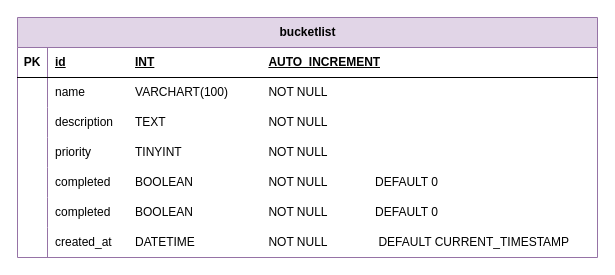
Above: diagrams/er.drawio in dannigiovanella/php-lab-2 (draw.io), before the change. Source tidied: cells renumbered, new cells numbered last; positions are measured from the earlier drawing's top-left corner, leaving out a move shared by most shapes. Both pictures are drawn from the tidied source at 100%, with x=0, y=0 at pixel (17, 17).
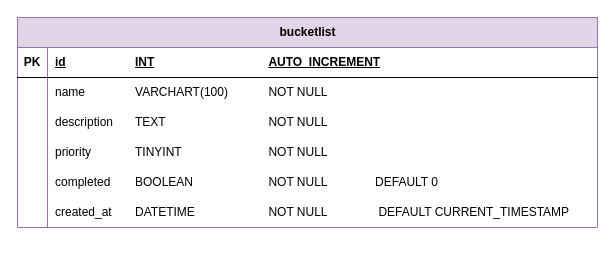
The same diagram, later.

Commit message (it also covers changes not shown here):
Skapat UML-diagram och klassfiler för Bucketlist och databasanslutning

Diff of the diagram source:
```diff
@@
     <mxCell id="2" value="bucketlist" style="shape=table;startSize=30;childLayout=tableLayout;rowLines=0;fontStyle=1;align=center;html=1;fillColor=#e1d5e7;strokeColor=#9673a6;" parent="1" vertex="1">
-      <mxGeometry width="580" height="240" as="geometry" />
+      <mxGeometry width="580" height="210" as="geometry" />
     </mxCell>
@@
-    <mxCell id="18" style="shape=tableRow;horizontal=0;startSize=0;swimlaneHead=0;swimlaneBody=0;fillColor=none;top=0;left=0;right=0;bottom=0;" parent="2" vertex="1">
-      <mxGeometry y="180" width="580" height="30" as="geometry" />
-    </mxCell>
-    <mxCell id="19" style="shape=partialRectangle;fillColor=none;top=0;left=0;bottom=0;right=0;overflow=hidden;whiteSpace=wrap;html=1;" parent="18" vertex="1">
-      <mxGeometry width="30" height="30" as="geometry" />
-    </mxCell>
-    <mxCell id="20" value="completed&lt;span style=&quot;white-space: pre;&quot;&gt;&#9;&lt;/span&gt;BOOLEAN&lt;span style=&quot;white-space: pre;&quot;&gt;&#9;&lt;/span&gt;&lt;span style=&quot;white-space: pre;&quot;&gt;&#9;&lt;/span&gt;&lt;span style=&quot;white-space: pre;&quot;&gt;&#9;&lt;/span&gt;NOT NULL&amp;nbsp;&lt;span style=&quot;white-space: pre;&quot;&gt;&#9;&lt;/span&gt;&lt;span style=&quot;white-space: pre;&quot;&gt;&#9;&lt;/span&gt;DEFAULT 0" style="shape=partialRectangle;fillColor=none;top=0;left=0;bottom=0;right=0;align=left;spacingLeft=6;overflow=hidden;whiteSpace=wrap;html=1;" parent="18" vertex="1">
-      <mxGeometry x="30" width="550" height="30" as="geometry" />
-    </mxCell>
     <mxCell id="21" style="shape=tableRow;horizontal=0;startSize=0;swimlaneHead=0;swimlaneBody=0;fillColor=none;top=0;left=0;right=0;bottom=0;" parent="2" vertex="1">
-      <mxGeometry y="210" width="580" height="30" as="geometry" />
+      <mxGeometry y="180" width="580" height="30" as="geometry" />
     </mxCell>
```
